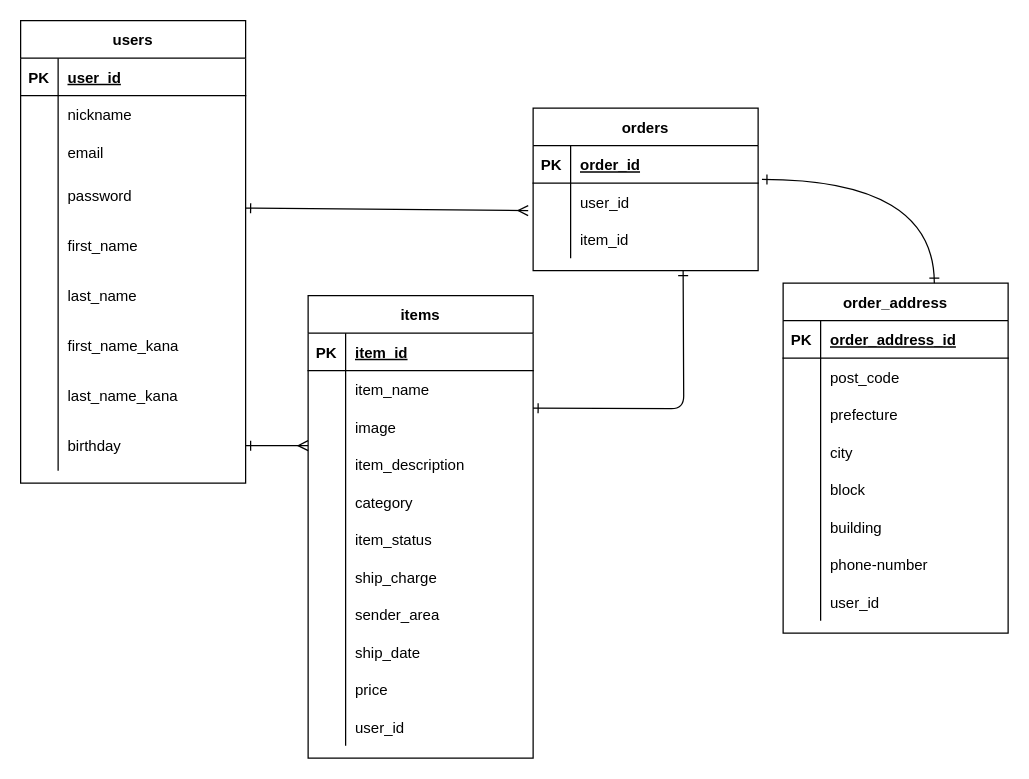
Earlier version of the draw.io diagram furima.dio (fukuyumi/furima-38598). Source tidied: cells renumbered, new cells numbered last; positions are measured from the earlier drawing's top-left corner, leaving out a move shared by most shapes. Both pictures are drawn from the tidied source at 125%, with x=0, y=0 at pixel (20, 20).
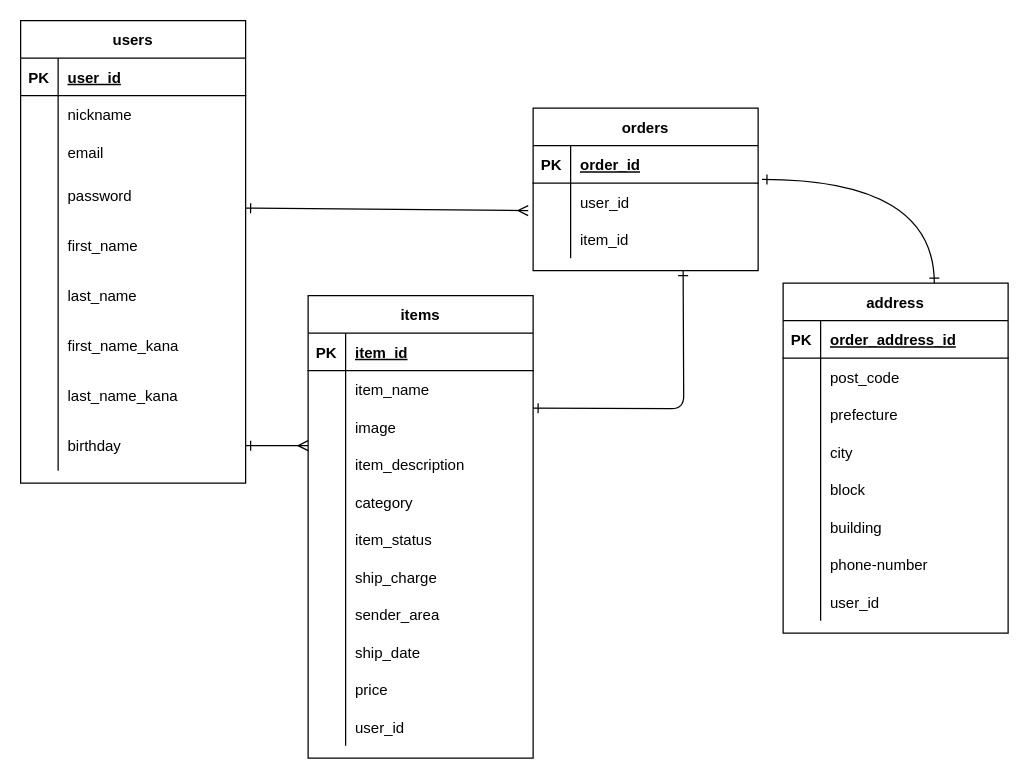
Above is the later version.

Commit message (it also covers changes not shown here):
テーブル名変更

Diff of the diagram source:
```diff
@@
-    <mxCell id="74" value="order_address" style="shape=table;startSize=30;childLayout=tableLayout;rowLines=0;fontStyle=1;align=center;" parent="1" vertex="1">
+    <mxCell id="74" value="address" style="shape=table;startSize=30;childLayout=tableLayout;rowLines=0;fontStyle=1;align=center;" parent="1" vertex="1">
       <mxGeometry x="610" y="210" width="180" height="280" as="geometry" />
     </mxCell>
```
